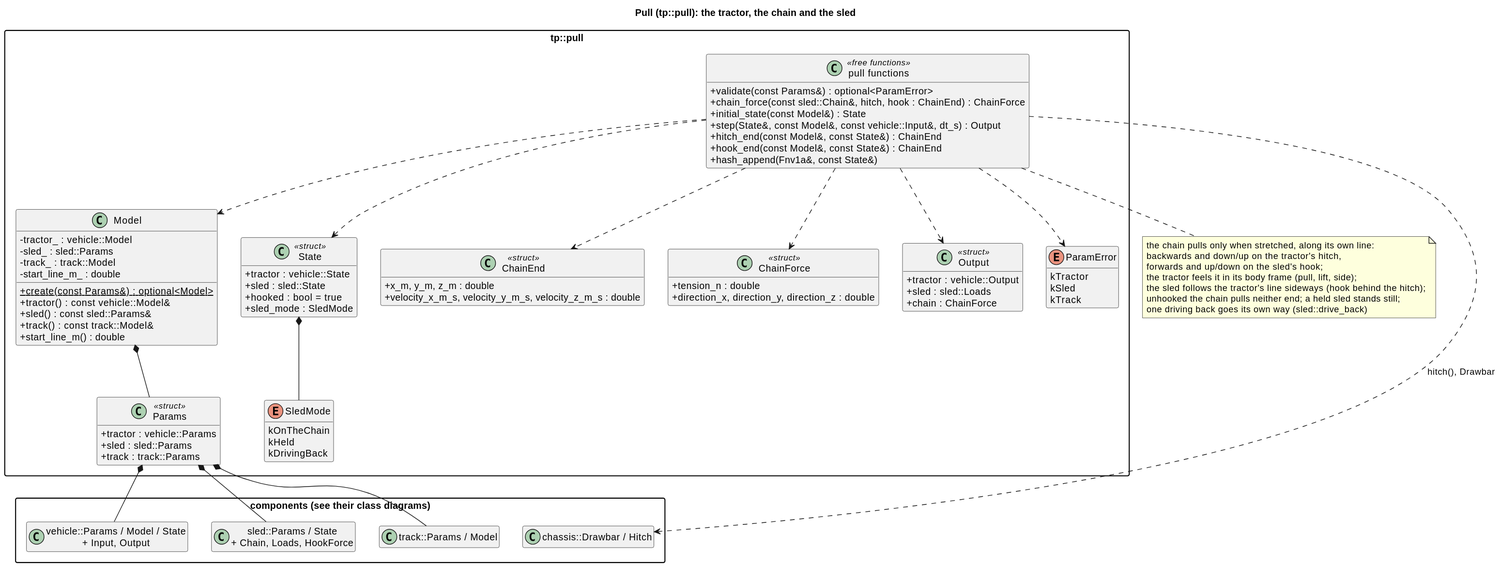
wversteeg/TractorPulling keeps this PlantUML diagram as docs/diagrams/svg/pull_classes.svg. Above is the earlier version.
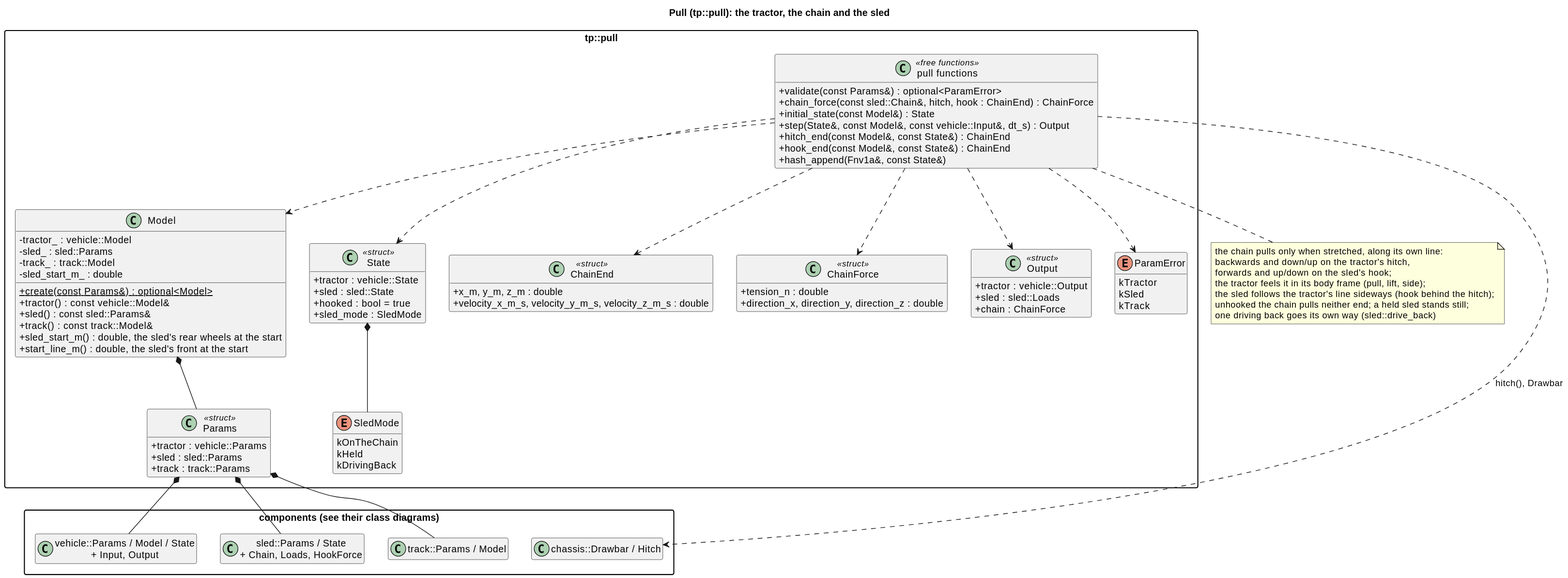
Above is the later version.

The edit, as a diff of the source:
```diff
@@ -21,12 +21,13 @@
     -tractor_ : vehicle::Model
     -sled_ : sled::Params
     -track_ : track::Model
-    -start_line_m_ : double
+    -sled_start_m_ : double
     +{static} create(const Params&) : optional<Model>
     +tractor() : const vehicle::Model&
     +sled() : const sled::Params&
     +track() : const track::Model&
-    +start_line_m() : double
+    +sled_start_m() : double, the sled's rear wheels at the start
+    +start_line_m() : double, the sled's front at the start
   }
   class State <<struct>> {
     +tractor : vehicle::State
```
